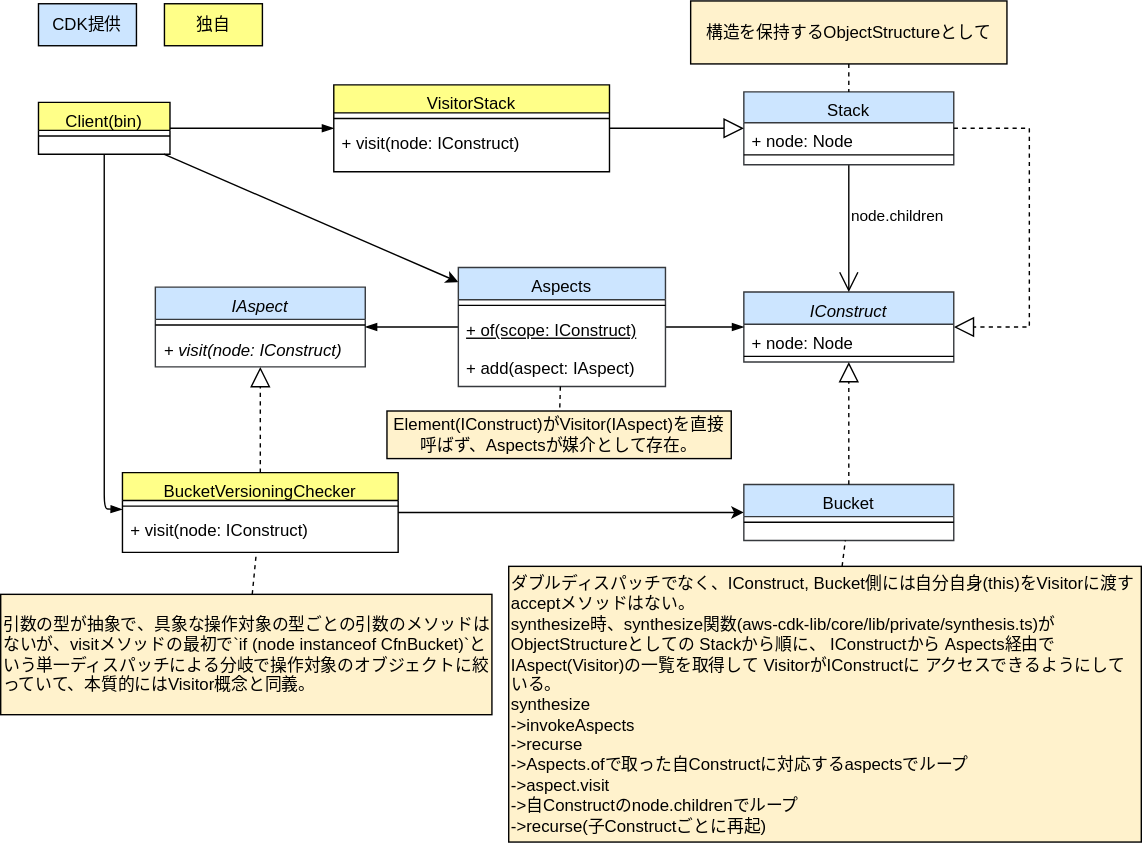
The draw.io diagram drawio/visitor/visitor-cdk-simplified.drawio.svg in go-to-k/cdk-gof-design-pattern, before a commit. Source tidied: cells renumbered, new cells last; positions are measured from the earlier drawing's top-left corner, leaving out a move shared by most shapes.
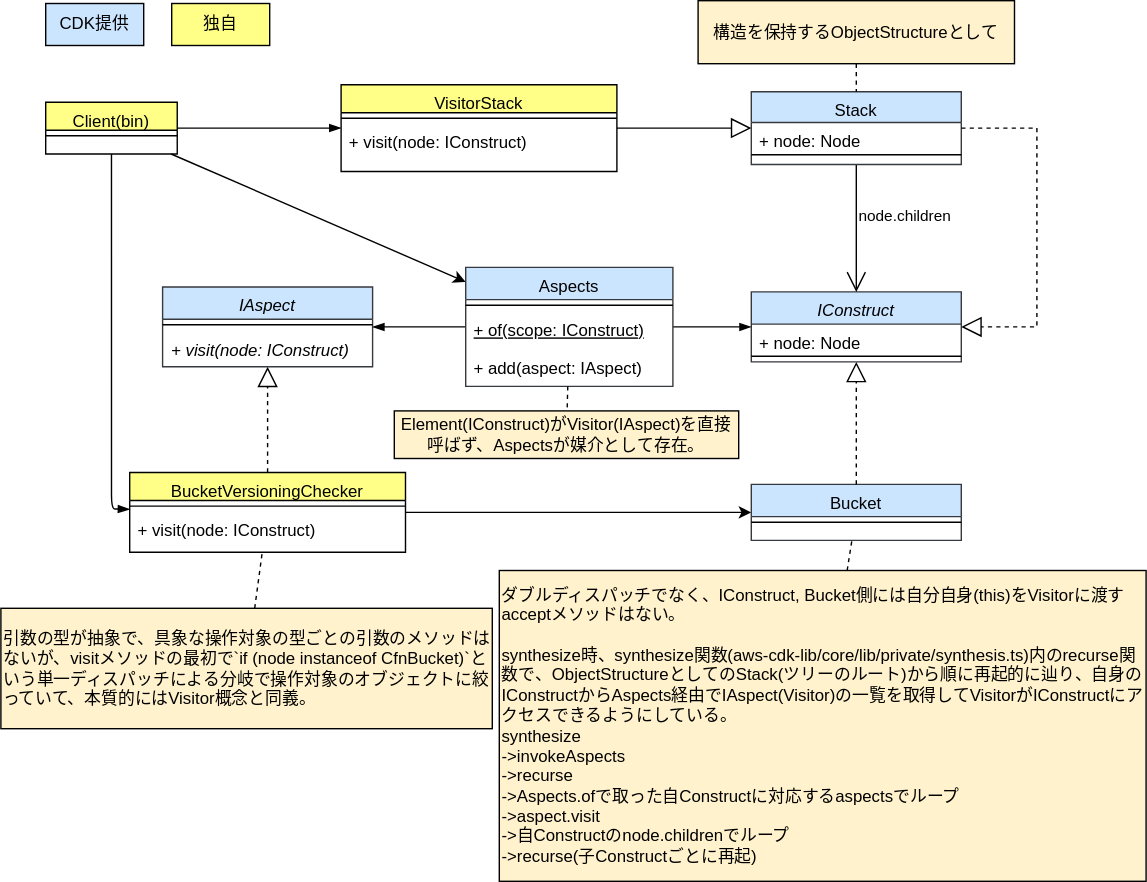
After the commit.

Commit message:
update visitor diagrams

The edit, as a diff of the source:
```diff
@@ -54,13 +54,13 @@
       <mxGeometry relative="1" as="geometry" />
     </mxCell>
     <mxCell id="19" value="引数の型が抽象で、具象な操作対象の型ごとの引数のメソッドはないが、visitメソッドの最初で`if (node instanceof CfnBucket)`という単一ディスパッチによる分岐で操作対象のオブジェクトに絞っていて、本質的にはVisitor概念と同義。" style="text;html=1;strokeColor=#000000;fillColor=#fff2cc;align=left;verticalAlign=middle;whiteSpace=wrap;rounded=0;fontColor=#000000;" parent="1" vertex="1">
-      <mxGeometry y="424" width="351" height="86" as="geometry" />
+      <mxGeometry x="-5" y="434" width="351" height="86" as="geometry" />
     </mxCell>
     <mxCell id="20" style="edgeStyle=none;html=1;dashed=1;strokeColor=#000000;endArrow=none;endFill=0;" parent="1" edge="1" source="21" target="12">
       <mxGeometry relative="1" as="geometry" />
     </mxCell>
-    <mxCell id="21" value="&lt;div&gt;ダブルディスパッチでなく、IConstruct, Bucket側には自分自身(this)をVisitorに渡すacceptメソッドはない。&lt;/div&gt;&lt;div&gt;synthesize時、synthesize関数(aws-cdk-lib/core/lib/private/synthesis.ts)が&lt;/div&gt;&lt;span style=&quot;text-align: center;&quot;&gt;ObjectStructureとしての&lt;/span&gt;&lt;span style=&quot;background-color: initial;&quot;&gt;Stackから順に、&lt;/span&gt;IConstructから&lt;span style=&quot;background-color: initial;&quot;&gt;Aspects経由でIAspect(Visitor)の一覧を取得して&lt;/span&gt;VisitorがIConstructに&lt;span style=&quot;background-color: initial;&quot;&gt;アクセスできるようにしている。&lt;/span&gt;&lt;span style=&quot;text-align: center;&quot;&gt;&lt;br&gt;&lt;/span&gt;&lt;div&gt;synthesize&lt;/div&gt;&lt;div&gt;&amp;nbsp; -&amp;gt;invokeAspects&lt;/div&gt;&lt;div&gt;&amp;nbsp; &amp;nbsp; -&amp;gt;recurse&lt;/div&gt;&lt;div&gt;&amp;nbsp; &amp;nbsp; &amp;nbsp; -&amp;gt;Aspects.ofで取った自Constructに対応するaspectsでループ&lt;/div&gt;&lt;div&gt;&amp;nbsp; &amp;nbsp; &amp;nbsp; &amp;nbsp; -&amp;gt;aspect.visit&lt;/div&gt;&lt;div&gt;&amp;nbsp; &amp;nbsp; &amp;nbsp; -&amp;gt;自Constructのnode.childrenでループ&lt;/div&gt;&lt;div&gt;&amp;nbsp; &amp;nbsp; &amp;nbsp; &amp;nbsp; -&amp;gt;recurse(子Constructごとに再起)&lt;/div&gt;" style="text;html=1;strokeColor=#000000;fillColor=#fff2cc;align=left;verticalAlign=middle;whiteSpace=wrap;rounded=0;fontColor=#000000;" parent="1" vertex="1">
-      <mxGeometry x="363" y="404" width="452" height="197" as="geometry" />
+    <mxCell id="21" value="&lt;div&gt;ダブルディスパッチでなく、IConstruct, Bucket側には自分自身(this)をVisitorに渡すacceptメソッドはない。&lt;/div&gt;&lt;div&gt;&lt;/div&gt;&lt;span style=&quot;text-align: center;&quot;&gt;&lt;br&gt;synthesize時、synthesize関数(aws-cdk-lib/core/lib/private/synthesis.ts)内のrecurse関数で、ObjectStructureとしてのStack(ツリーのルート)から順に再起的に辿り、自身のIConstructからAspects経由でIAspect(Visitor)の一覧を取得してVisitorがIConstructにアクセスできるようにしている。&lt;br&gt;&lt;/span&gt;&lt;div&gt;synthesize&lt;/div&gt;&lt;div&gt;&amp;nbsp; -&amp;gt;invokeAspects&lt;/div&gt;&lt;div&gt;&amp;nbsp; &amp;nbsp; -&amp;gt;recurse&lt;/div&gt;&lt;div&gt;&amp;nbsp; &amp;nbsp; &amp;nbsp; -&amp;gt;Aspects.ofで取った自Constructに対応するaspectsでループ&lt;/div&gt;&lt;div&gt;&amp;nbsp; &amp;nbsp; &amp;nbsp; &amp;nbsp; -&amp;gt;aspect.visit&lt;/div&gt;&lt;div&gt;&amp;nbsp; &amp;nbsp; &amp;nbsp; -&amp;gt;自Constructのnode.childrenでループ&lt;/div&gt;&lt;div&gt;&amp;nbsp; &amp;nbsp; &amp;nbsp; &amp;nbsp; -&amp;gt;recurse(子Constructごとに再起)&lt;/div&gt;" style="text;html=1;strokeColor=#000000;fillColor=#fff2cc;align=left;verticalAlign=middle;whiteSpace=wrap;rounded=0;fontColor=#000000;" parent="1" vertex="1">
+      <mxGeometry x="351" y="407" width="462" height="222" as="geometry" />
     </mxCell>
     <mxCell id="22" value="node.children" style="endArrow=open;html=1;endSize=12;startArrow=none;startSize=14;startFill=0;edgeStyle=orthogonalEdgeStyle;align=left;verticalAlign=bottom;rounded=0;fontColor=#000000;strokeColor=#000000;labelBackgroundColor=none;" parent="1" edge="1" source="23" target="14">
       <mxGeometry relative="1" as="geometry" />
```
